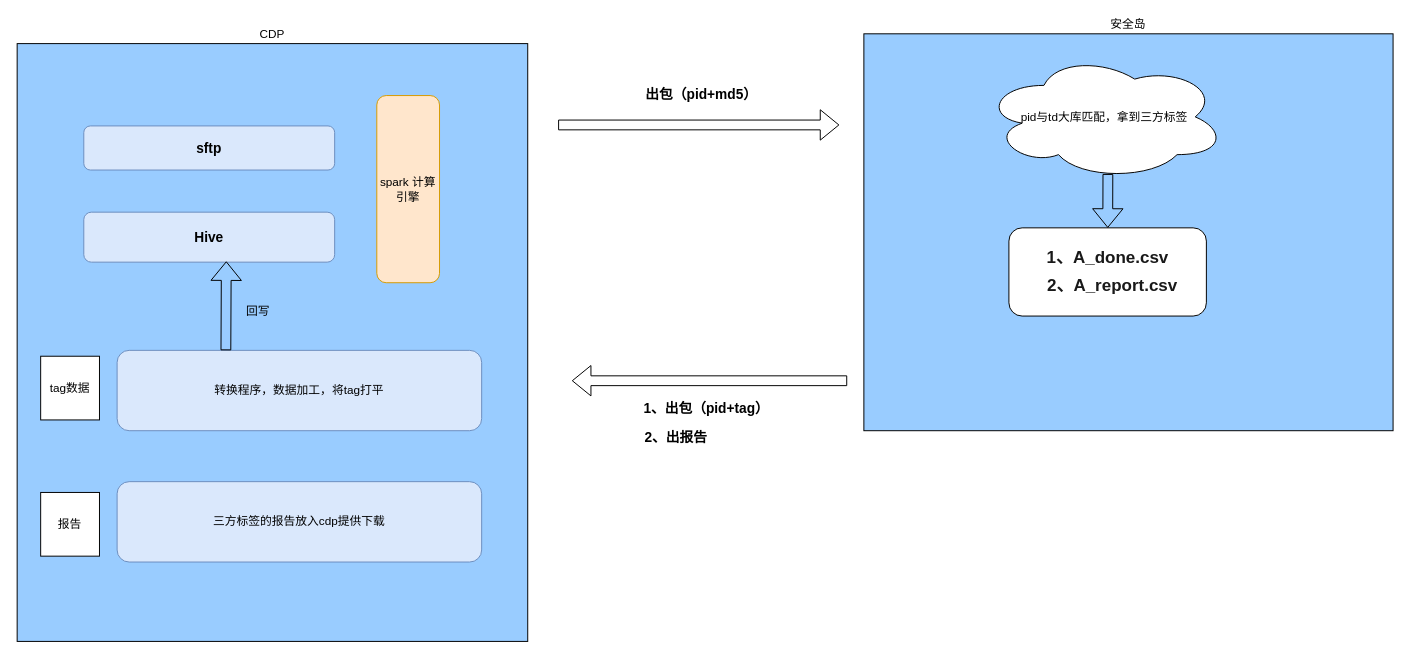
Before: 安全岛三方标签补充.drawio in DThadch/draw, a draw.io diagram. Source tidied: cells renumbered, new cells numbered last; positions are measured from the earlier drawing's top-left corner, leaving out a move shared by most shapes. Both pictures are drawn from the tidied source at 98%, with x=0, y=0 at pixel (17, 33).
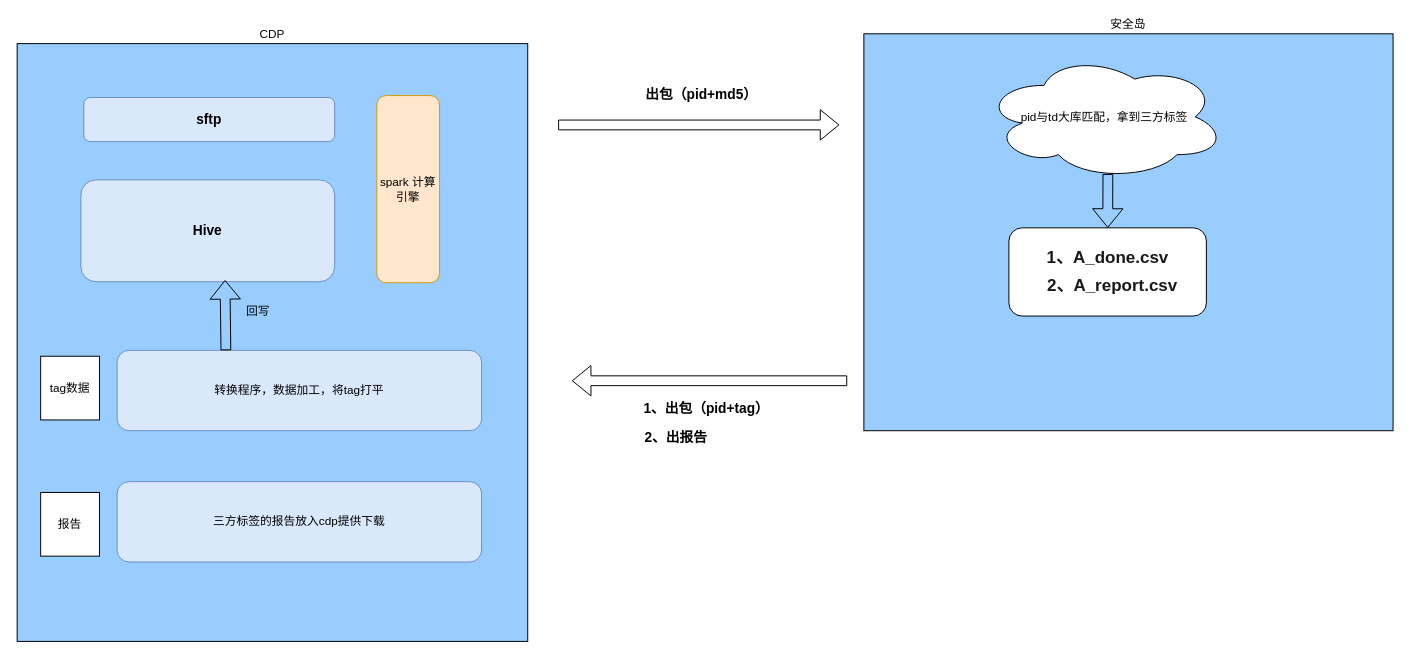
Above is the later version.

Commit message (it also covers changes not shown here):
更新安全岛三方标签补充.drawio

The edit, as a diff of the source:
```diff
@@
-    <mxCell id="3" value="&lt;b&gt;&lt;font style=&quot;font-size: 14px;&quot;&gt;Hive&lt;/font&gt;&lt;/b&gt;" style="rounded=1;whiteSpace=wrap;html=1;fillColor=#dae8fc;strokeColor=#6c8ebf;" parent="1" vertex="1">
-      <mxGeometry x="68" y="182" width="256" height="51" as="geometry" />
+    <mxCell id="3" value="&lt;b&gt;&lt;font style=&quot;font-size: 14px;&quot;&gt;Hive&lt;/font&gt;&lt;/b&gt;" style="rounded=1;whiteSpace=wrap;html=1;fillColor=#dae8fc;strokeColor=#6c8ebf;labelPosition=center;verticalLabelPosition=middle;align=center;verticalAlign=middle;" parent="1" vertex="1">
+      <mxGeometry x="65" y="149" width="259" height="104" as="geometry" />
     </mxCell>
     <mxCell id="4" value="&lt;b&gt;&lt;font style=&quot;font-size: 14px;&quot;&gt;sftp&lt;/font&gt;&lt;/b&gt;" style="rounded=1;whiteSpace=wrap;html=1;fillColor=#dae8fc;strokeColor=#6c8ebf;" parent="1" vertex="1">
-      <mxGeometry x="68" y="94" width="256" height="45" as="geometry" />
+      <mxGeometry x="68" y="65" width="256" height="45" as="geometry" />
     </mxCell>
```
